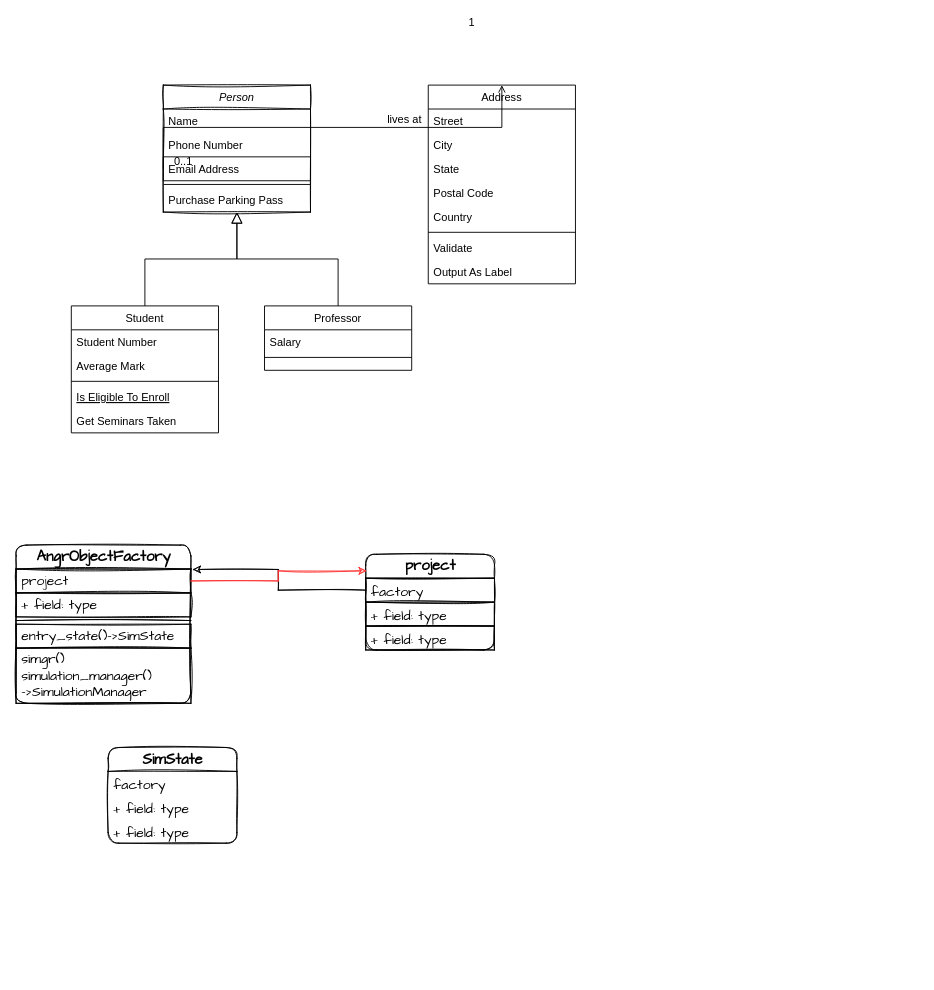
Above: Untitled Diagram.drawio in chenaotian/angr-work (draw.io), before the change. Source tidied: cells renumbered, new cells numbered last; positions are measured from the earlier drawing's top-left corner, leaving out a move shared by most shapes. Both pictures are drawn from the tidied source at 92%, with x=0, y=0 at pixel (16, 85).
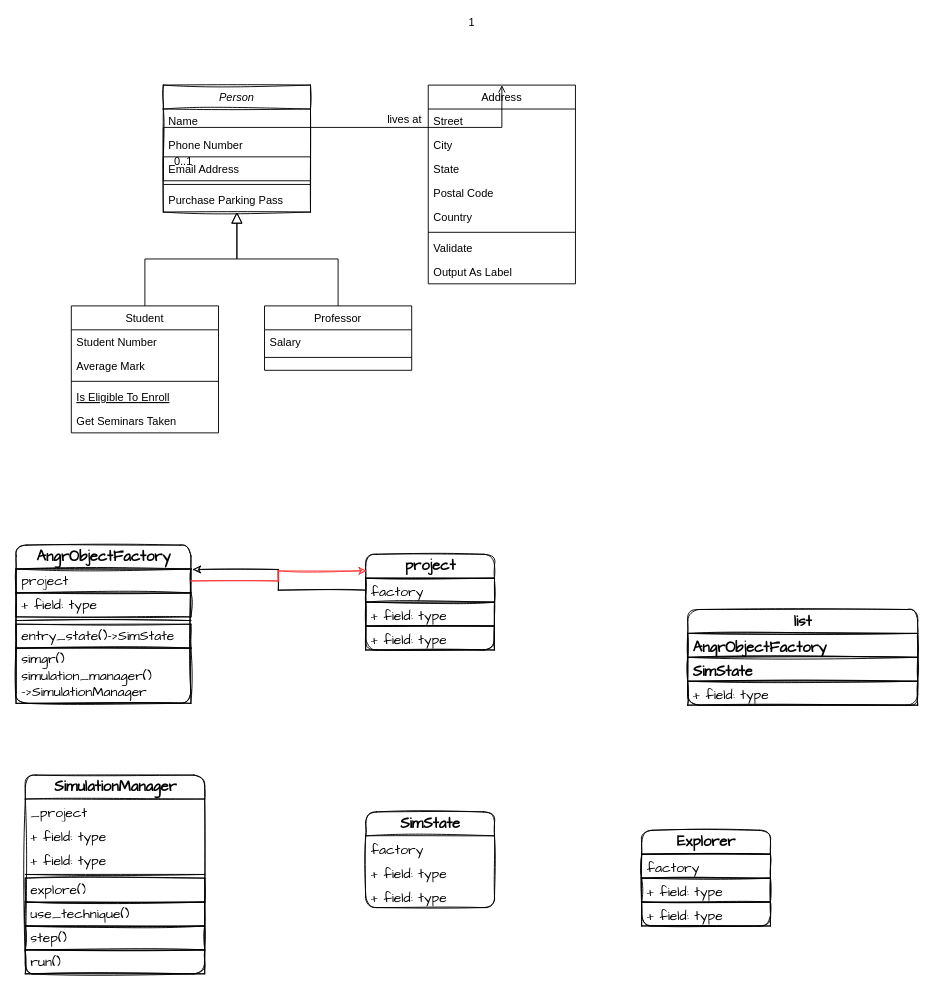
The same page after the edit.

Change to the diagram source:
```diff
@@
     <mxCell id="43" value="SimState" style="swimlane;fontStyle=1;horizontal=1;startSize=26;fillColor=none;shadow=0;glass=0;sketch=1;fontFamily=Comic Sans MS;fontSize=16;fontColor=default;strokeColor=default;html=1;swimlaneLine=1;rounded=1;labelBackgroundColor=none;labelBorderColor=none;" parent="1" vertex="1">
-      <mxGeometry x="100" y="720" width="140" height="104" as="geometry" />
+      <mxGeometry x="380" y="790" width="140" height="104" as="geometry" />
     </mxCell>
@@
+    <mxCell id="48" value="list" style="swimlane;fontStyle=1;horizontal=1;startSize=26;fillColor=none;shadow=0;glass=0;sketch=1;fontFamily=Comic Sans MS;fontSize=16;fontColor=default;strokeColor=default;html=1;swimlaneLine=1;rounded=1;labelBackgroundColor=none;labelBorderColor=none;" parent="1" vertex="1">
+      <mxGeometry x="730" y="570" width="250" height="104" as="geometry" />
+    </mxCell>
+    <mxCell id="49" value="&lt;span style=&quot;font-size: 16px; font-weight: 700; text-align: center;&quot;&gt;AngrObjectFactory&lt;/span&gt;" style="text;strokeColor=default;fillColor=none;align=left;verticalAlign=top;spacingLeft=4;spacingRight=4;overflow=hidden;shadow=0;glass=0;sketch=1;fontFamily=Comic Sans MS;fontSize=15;fontColor=default;html=1;" parent="48" vertex="1">
+      <mxGeometry y="26" width="250" height="26" as="geometry" />
+    </mxCell>
+    <mxCell id="50" value="&lt;span style=&quot;font-size: 16px; font-weight: 700; text-align: center;&quot;&gt;SimState&lt;/span&gt;" style="text;strokeColor=default;fillColor=none;align=left;verticalAlign=top;spacingLeft=4;spacingRight=4;overflow=hidden;shadow=0;glass=0;sketch=1;fontFamily=Comic Sans MS;fontSize=15;fontColor=default;html=1;" parent="48" vertex="1">
+      <mxGeometry y="52" width="250" height="26" as="geometry" />
+    </mxCell>
+    <mxCell id="51" value="+ field: type" style="text;strokeColor=default;fillColor=none;align=left;verticalAlign=top;spacingLeft=4;spacingRight=4;overflow=hidden;shadow=0;glass=0;sketch=1;fontFamily=Comic Sans MS;fontSize=15;fontColor=default;html=1;" parent="48" vertex="1">
+      <mxGeometry y="78" width="250" height="26" as="geometry" />
+    </mxCell>
+    <mxCell id="52" value="SimulationManager" style="swimlane;fontStyle=1;horizontal=1;startSize=26;fillColor=none;shadow=0;glass=0;sketch=1;fontFamily=Comic Sans MS;fontSize=16;fontColor=default;strokeColor=default;html=1;swimlaneLine=1;rounded=1;labelBackgroundColor=none;labelBorderColor=none;" parent="1" vertex="1">
+      <mxGeometry x="10" y="750" width="195" height="216" as="geometry" />
+    </mxCell>
+    <mxCell id="53" value="_project" style="text;strokeColor=none;fillColor=none;align=left;verticalAlign=top;spacingLeft=4;spacingRight=4;overflow=hidden;shadow=0;glass=0;sketch=1;fontFamily=Comic Sans MS;fontSize=15;fontColor=default;html=1;" parent="52" vertex="1">
+      <mxGeometry y="26" width="195" height="26" as="geometry" />
+    </mxCell>
+    <mxCell id="54" value="+ field: type" style="text;strokeColor=none;fillColor=none;align=left;verticalAlign=top;spacingLeft=4;spacingRight=4;overflow=hidden;shadow=0;glass=0;sketch=1;fontFamily=Comic Sans MS;fontSize=15;fontColor=default;html=1;" parent="52" vertex="1">
+      <mxGeometry y="52" width="195" height="26" as="geometry" />
+    </mxCell>
+    <mxCell id="55" value="+ field: type" style="text;strokeColor=none;fillColor=none;align=left;verticalAlign=top;spacingLeft=4;spacingRight=4;overflow=hidden;shadow=0;glass=0;sketch=1;fontFamily=Comic Sans MS;fontSize=15;fontColor=default;html=1;" parent="52" vertex="1">
+      <mxGeometry y="78" width="195" height="26" as="geometry" />
+    </mxCell>
+    <mxCell id="56" style="line;strokeWidth=1;fillColor=none;align=left;verticalAlign=middle;spacingTop=-1;spacingLeft=3;spacingRight=3;labelPosition=right;rounded=1;shadow=0;glass=0;labelBackgroundColor=none;labelBorderColor=none;sketch=1;fontFamily=Comic Sans MS;fontSize=15;fontColor=default;startSize=26;html=1;strokeColor=default;" parent="52" vertex="1">
+      <mxGeometry y="104" width="195" height="8" as="geometry" />
+    </mxCell>
+    <mxCell id="57" value="explore()" style="text;strokeColor=default;fillColor=none;align=left;verticalAlign=middle;spacingLeft=4;spacingRight=4;overflow=hidden;shadow=0;glass=0;sketch=1;fontFamily=Comic Sans MS;fontSize=15;fontColor=default;html=1;" parent="52" vertex="1">
+      <mxGeometry y="112" width="195" height="26" as="geometry" />
+    </mxCell>
+    <mxCell id="58" value="use_technique()" style="text;strokeColor=default;fillColor=none;align=left;verticalAlign=middle;spacingLeft=4;spacingRight=4;overflow=hidden;shadow=0;glass=0;sketch=1;fontFamily=Comic Sans MS;fontSize=15;fontColor=default;html=1;" parent="52" vertex="1">
+      <mxGeometry y="138" width="195" height="26" as="geometry" />
+    </mxCell>
+    <mxCell id="59" value="step()&lt;span style=&quot;white-space: pre;&quot;&gt; &lt;/span&gt;" style="text;strokeColor=default;fillColor=none;align=left;verticalAlign=middle;spacingLeft=4;spacingRight=4;overflow=hidden;shadow=0;glass=0;sketch=1;fontFamily=Comic Sans MS;fontSize=15;fontColor=default;html=1;" parent="52" vertex="1">
+      <mxGeometry y="164" width="195" height="26" as="geometry" />
+    </mxCell>
+    <mxCell id="60" value="run()" style="text;strokeColor=default;fillColor=none;align=left;verticalAlign=middle;spacingLeft=4;spacingRight=4;overflow=hidden;shadow=0;glass=0;sketch=1;fontFamily=Comic Sans MS;fontSize=15;fontColor=default;html=1;" parent="52" vertex="1">
+      <mxGeometry y="190" width="195" height="26" as="geometry" />
+    </mxCell>
+    <mxCell id="61" value="Explorer" style="swimlane;fontStyle=1;horizontal=1;startSize=26;fillColor=none;shadow=0;glass=0;sketch=1;fontFamily=Comic Sans MS;fontSize=16;fontColor=default;strokeColor=default;html=1;swimlaneLine=1;rounded=1;labelBackgroundColor=none;labelBorderColor=none;" parent="1" vertex="1">
+      <mxGeometry x="680" y="810" width="140" height="104" as="geometry" />
+    </mxCell>
+    <mxCell id="62" value="factory&lt;br style=&quot;font-size: 15px;&quot;&gt;" style="text;strokeColor=default;fillColor=none;align=left;verticalAlign=top;spacingLeft=4;spacingRight=4;overflow=hidden;shadow=0;glass=0;sketch=1;fontFamily=Comic Sans MS;fontSize=15;fontColor=default;html=1;" parent="61" vertex="1">
+      <mxGeometry y="26" width="140" height="26" as="geometry" />
+    </mxCell>
+    <mxCell id="63" value="+ field: type" style="text;strokeColor=default;fillColor=none;align=left;verticalAlign=top;spacingLeft=4;spacingRight=4;overflow=hidden;shadow=0;glass=0;sketch=1;fontFamily=Comic Sans MS;fontSize=15;fontColor=default;html=1;" parent="61" vertex="1">
+      <mxGeometry y="52" width="140" height="26" as="geometry" />
+    </mxCell>
+    <mxCell id="64" value="+ field: type" style="text;strokeColor=default;fillColor=none;align=left;verticalAlign=top;spacingLeft=4;spacingRight=4;overflow=hidden;shadow=0;glass=0;sketch=1;fontFamily=Comic Sans MS;fontSize=15;fontColor=default;html=1;" parent="61" vertex="1">
+      <mxGeometry y="78" width="140" height="26" as="geometry" />
+    </mxCell>
```
